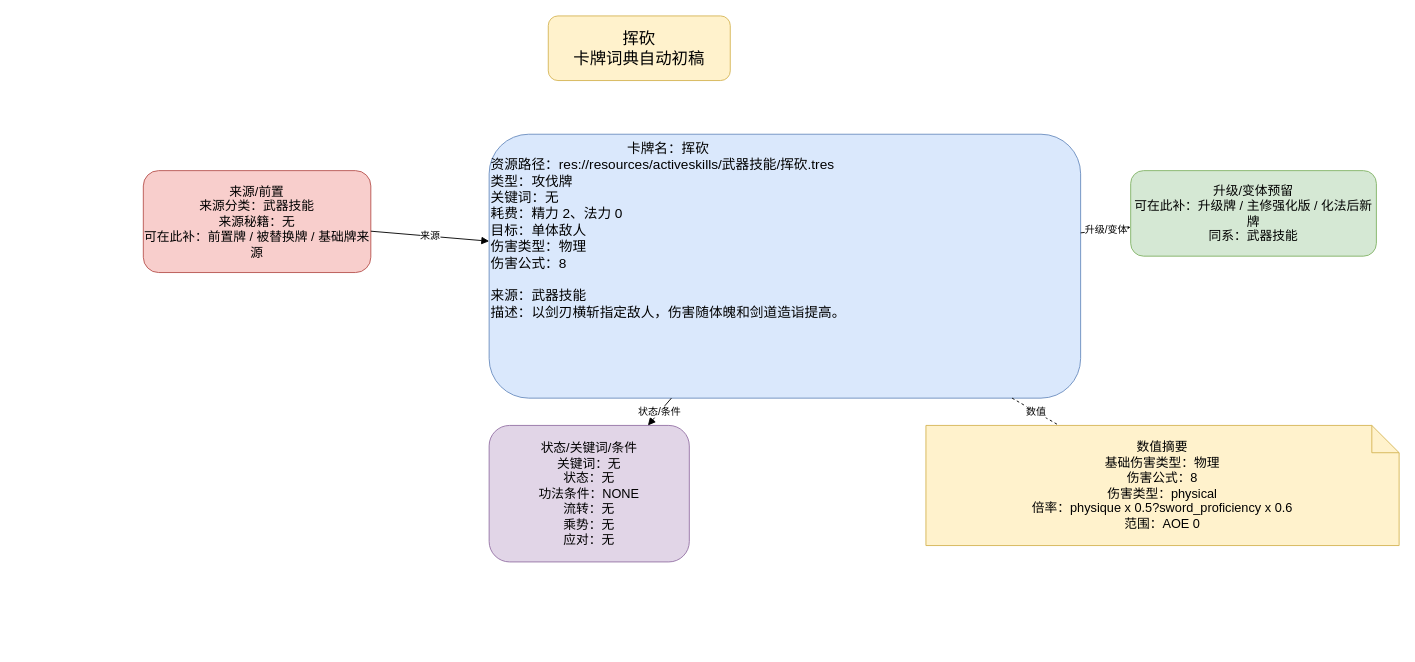
Before: page "挥砍" (1 of 2) of docs/卡牌词典/武器技能/挥砍.drawio in ankundanetracyc-spec/tian-guan-you-du, a draw.io diagram. Source tidied: cells renumbered, new cells numbered last; positions are measured from the earlier drawing's top-left corner, leaving out a move shared by most shapes. Both pictures are drawn from the tidied source at 91%, with x=0, y=0 at pixel (143, 15).
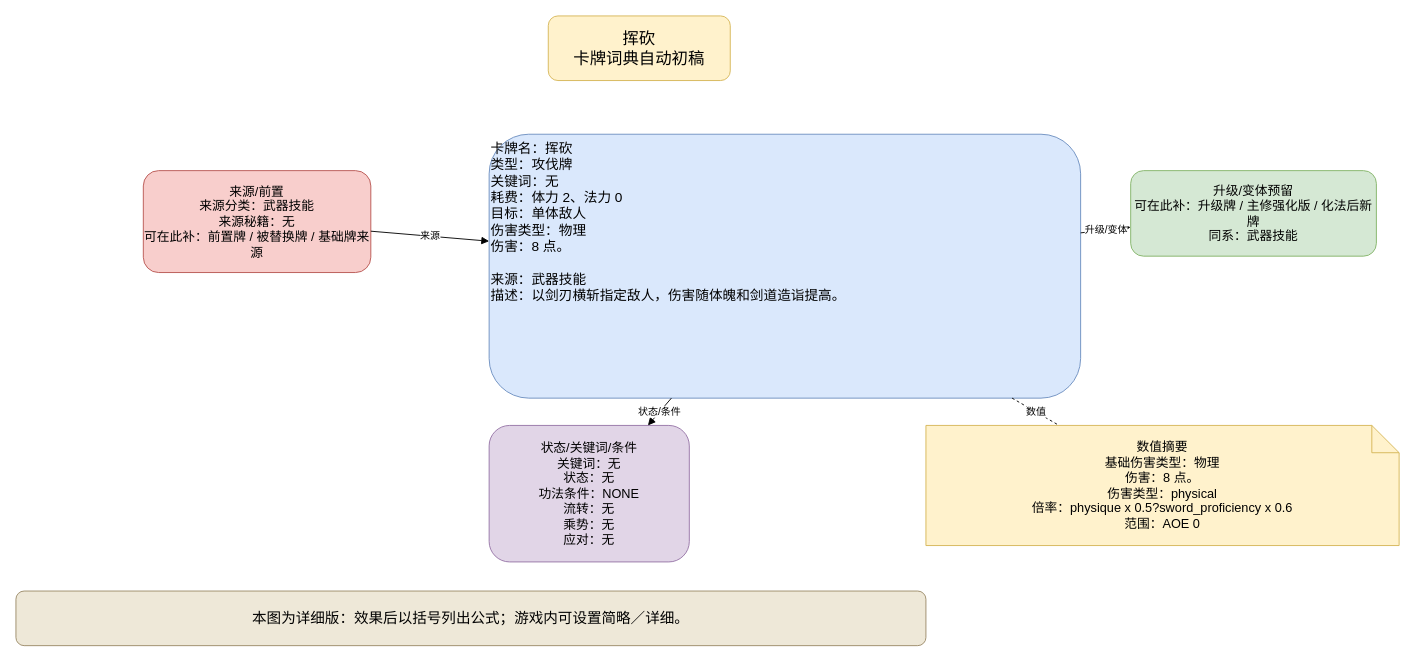
Above is the later version.

Diff of the diagram source:
```diff
@@
 <mxGraphModel>
   <root>
     <mxCell id="0" />
     <mxCell id="1" parent="0" />
     <mxCell id="2" value="挥砍&#10;卡牌词典自动初稿" style="rounded=1;whiteSpace=wrap;html=1;fillColor=#fff2cc;strokeColor=#d6b656;fontSize=18;" parent="1" vertex="1">
       <mxGeometry x="445" width="200" height="71" as="geometry" />
     </mxCell>
-    <mxCell id="3" value="&lt;div style=&quot;text-align:center;&quot;&gt;卡牌名：挥砍&lt;/div&gt;&lt;div style=&quot;text-align:left;&quot;&gt;资源路径：res://resources/activeskills/武器技能/挥砍.tres&lt;br&gt;类型：攻伐牌&lt;br&gt;关键词：无&lt;br&gt;耗费：精力 2、法力 0&lt;br&gt;目标：单体敌人&lt;br&gt;伤害类型：物理&lt;br&gt;伤害公式：8&lt;/div&gt;&lt;br&gt;来源：武器技能&lt;br&gt;描述：以剑刃横斩指定敌人，伤害随体魄和剑道造诣提高。" style="rounded=1;whiteSpace=wrap;html=1;fillColor=#dae8fc;strokeColor=#6c8ebf;fontSize=15;align=left;verticalAlign=top;" parent="1" vertex="1">
+    <mxCell id="3" value="卡牌名：挥砍&#10;类型：攻伐牌&#10;关键词：无&#10;耗费：体力 2、法力 0&#10;目标：单体敌人&#10;伤害类型：物理&#10;伤害：8 点。&#10;&#10;来源：武器技能&#10;描述：以剑刃横斩指定敌人，伤害随体魄和剑道造诣提高。" style="rounded=1;whiteSpace=wrap;html=1;fillColor=#dae8fc;strokeColor=#6c8ebf;fontSize=15;align=left;verticalAlign=top;" parent="1" vertex="1">
       <mxGeometry x="380" y="130" width="650" height="290" as="geometry" />
     </mxCell>
     <mxCell id="4" value="来源/前置&#10;来源分类：武器技能&#10;来源秘籍：无&#10;可在此补：前置牌 / 被替换牌 / 基础牌来源" style="rounded=1;whiteSpace=wrap;html=1;fillColor=#f8cecc;strokeColor=#b85450;fontSize=14;" parent="1" vertex="1">
       <mxGeometry y="170" width="250" height="112" as="geometry" />
     </mxCell>
     <mxCell id="5" value="升级/变体预留&#10;可在此补：升级牌 / 主修强化版 / 化法后新牌&#10;同系：武器技能" style="rounded=1;whiteSpace=wrap;html=1;fillColor=#d5e8d4;strokeColor=#82b366;fontSize=14;" parent="1" vertex="1">
       <mxGeometry x="1085" y="170" width="270" height="94" as="geometry" />
     </mxCell>
     <mxCell id="6" value="状态/关键词/条件&#10;关键词：无&#10;状态：无&#10;功法条件：NONE&#10;流转：无&#10;乘势：无&#10;应对：无" style="rounded=1;whiteSpace=wrap;html=1;fillColor=#e1d5e7;strokeColor=#9673a6;fontSize=14;" parent="1" vertex="1">
       <mxGeometry x="380" y="450" width="220" height="150" as="geometry" />
     </mxCell>
-    <mxCell id="7" value="数值摘要&lt;br&gt;基础伤害类型：物理&lt;br&gt;伤害公式：8&lt;br&gt;伤害类型：physical&lt;br&gt;倍率：physique x 0.5?sword_proficiency x 0.6&lt;br&gt;范围：AOE 0" style="shape=note;whiteSpace=wrap;html=1;fillColor=#fff2cc;strokeColor=#d6b656;fontSize=14;" parent="1" vertex="1">
+    <mxCell id="7" value="数值摘要&lt;br&gt;基础伤害类型：物理&lt;br&gt;伤害：8 点。&lt;br&gt;伤害类型：physical&lt;br&gt;倍率：physique x 0.5?sword_proficiency x 0.6&lt;br&gt;范围：AOE 0" style="shape=note;whiteSpace=wrap;html=1;fillColor=#fff2cc;strokeColor=#d6b656;fontSize=14;" parent="1" vertex="1">
       <mxGeometry x="860" y="450" width="520" height="132" as="geometry" />
     </mxCell>
     <mxCell id="8" value="来源" style="endArrow=block;html=1;rounded=0;" parent="1" edge="1" source="4" target="3">
       <mxGeometry relative="1" as="geometry" />
     </mxCell>
     <mxCell id="9" value="升级/变体" style="endArrow=block;html=1;rounded=0;" parent="1" edge="1" source="3" target="5">
       <mxGeometry relative="1" as="geometry" />
     </mxCell>
     <mxCell id="10" value="状态/条件" style="endArrow=block;html=1;rounded=0;" parent="1" edge="1" source="3" target="6">
       <mxGeometry relative="1" as="geometry" />
     </mxCell>
     <mxCell id="11" value="数值" style="endArrow=none;dashed=1;html=1;" parent="1" edge="1" source="3" target="7">
       <mxGeometry relative="1" as="geometry" />
     </mxCell>
+    <mxCell id="12" value="本图为详细版：效果后以括号列出公式；游戏内可设置简略／详细。" style="rounded=1;whiteSpace=wrap;html=1;fillColor=#eee8d8;strokeColor=#9a8967;fontSize=16;" parent="1" vertex="1">
+      <mxGeometry x="-140" y="632" width="1000" height="60" as="geometry" />
+    </mxCell>
   </root>
 </mxGraphModel>
```
